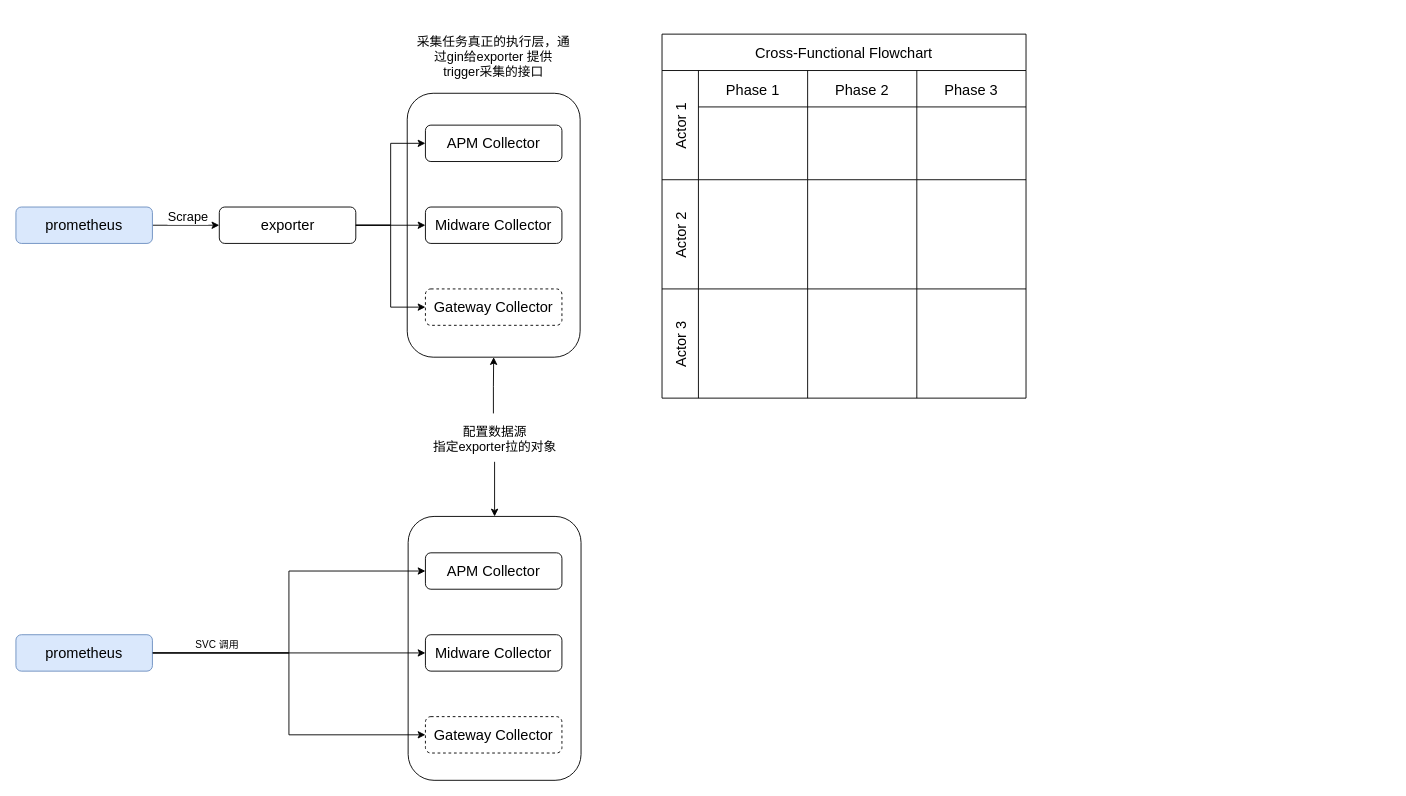
Before: page "Exporter采集逻辑" (4 of 4) of 数据采集架构图.drawio in Allen9797/WorkZone, a draw.io diagram. Source tidied: cells renumbered, new cells numbered last; positions are measured from the earlier drawing's top-left corner, leaving out a move shared by most shapes. Both pictures are drawn from the tidied source at 91%, with x=0, y=0 at pixel (15, 25).
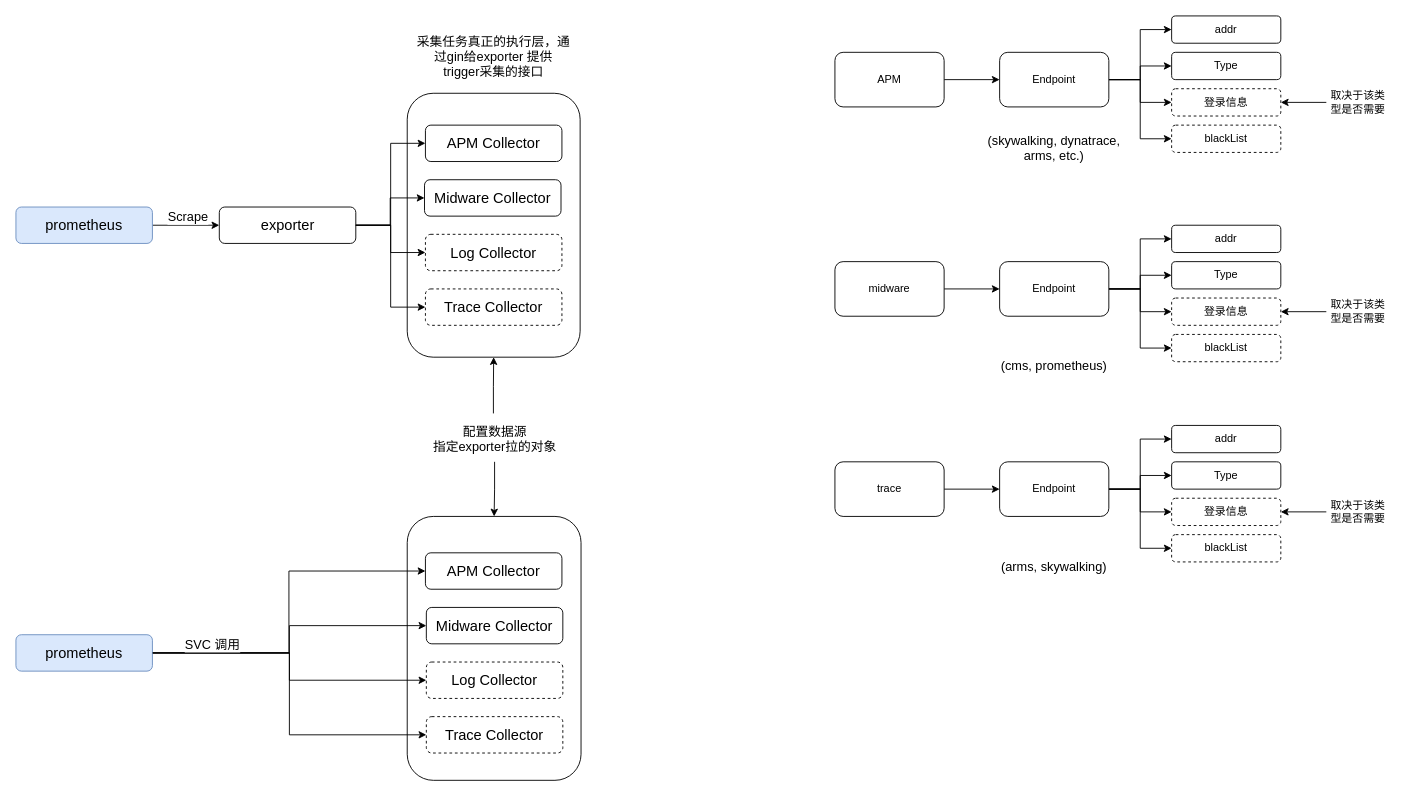
The same diagram, later.

Commit message (it also covers changes not shown here):
更新数据采集架构图.drawio

Unchanged cells that the change refers to:
```xml
<mxCell id="14" value="exporter" style="rounded=1;whiteSpace=wrap;html=1;labelPosition=center;verticalLabelPosition=middle;align=center;verticalAlign=middle;fillColor=none;fontSize=16;" parent="1" vertex="1">
  <mxGeometry x="223.5" y="200" width="150" height="40" as="geometry" />
</mxCell>
<mxCell id="21" value="prometheus" style="rounded=1;whiteSpace=wrap;html=1;labelPosition=center;verticalLabelPosition=middle;align=center;verticalAlign=middle;fillColor=#dae8fc;fontSize=16;strokeColor=#6c8ebf;" parent="1" vertex="1">
  <mxGeometry y="670" width="150" height="40" as="geometry" />
</mxCell>
<mxCell id="22" style="edgeStyle=orthogonalEdgeStyle;rounded=0;jettySize=auto;html=1;exitX=1;exitY=0.5;exitDx=0;exitDy=0;entryX=0;entryY=0.5;entryDx=0;entryDy=0;" parent="1" edge="1" source="21" target="19">
  <mxGeometry relative="1" as="geometry" />
</mxCell>
```

Diff of the diagram source:
```diff
@@
     <mxCell id="2" style="rounded=1;whiteSpace=wrap;html=1;fillColor=none;" parent="1" vertex="1">
-      <mxGeometry x="431" y="540" width="190" height="290" as="geometry" />
+      <mxGeometry x="430" y="540" width="191" height="290" as="geometry" />
     </mxCell>
@@
     <mxCell id="9" value="Midware Collector" style="rounded=1;whiteSpace=wrap;html=1;labelPosition=center;verticalLabelPosition=middle;align=center;verticalAlign=middle;fillColor=none;fontSize=16;" parent="1" vertex="1">
-      <mxGeometry x="450" y="200" width="150" height="40" as="geometry" />
+      <mxGeometry x="449" y="170" width="150" height="40" as="geometry" />
     </mxCell>
-    <mxCell id="10" value="Gateway Collector" style="rounded=1;whiteSpace=wrap;html=1;labelPosition=center;verticalLabelPosition=middle;align=center;verticalAlign=middle;fillColor=none;fontSize=16;dashed=1;" parent="1" vertex="1">
-      <mxGeometry x="450" y="290" width="150" height="40" as="geometry" />
+    <mxCell id="10" value="Log Collector" style="rounded=1;whiteSpace=wrap;html=1;labelPosition=center;verticalLabelPosition=middle;align=center;verticalAlign=middle;fillColor=none;fontSize=16;dashed=1;" parent="1" vertex="1">
+      <mxGeometry x="450" y="230" width="150" height="40" as="geometry" />
     </mxCell>
@@
+    <mxCell id="39" style="edgeStyle=orthogonalEdgeStyle;rounded=0;jettySize=auto;html=1;exitX=1;exitY=0.5;exitDx=0;exitDy=0;entryX=0;entryY=0.5;entryDx=0;entryDy=0;" parent="1" edge="1" source="14" target="41">
+      <mxGeometry relative="1" as="geometry" />
+    </mxCell>
@@
-    <mxCell id="17" style="edgeStyle=orthogonalEdgeStyle;rounded=0;jettySize=auto;html=1;entryX=0;entryY=0.5;entryDx=0;entryDy=0;exitX=1;exitY=0.5;exitDx=0;exitDy=0;" parent="1" edge="1" source="21" target="20">
+    <mxCell id="17" style="edgeStyle=orthogonalEdgeStyle;rounded=0;jettySize=auto;html=1;entryX=0;entryY=0.5;entryDx=0;entryDy=0;exitX=1;exitY=0.5;exitDx=0;exitDy=0;" parent="1" edge="1" source="21" target="43">
       <mxGeometry relative="1" as="geometry" />
     </mxCell>
@@
     <mxCell id="19" value="Midware Collector" style="rounded=1;whiteSpace=wrap;html=1;labelPosition=center;verticalLabelPosition=middle;align=center;verticalAlign=middle;fillColor=none;fontSize=16;" parent="1" vertex="1">
-      <mxGeometry x="450" y="670" width="150" height="40" as="geometry" />
+      <mxGeometry x="451" y="640" width="150" height="40" as="geometry" />
     </mxCell>
-    <mxCell id="20" value="Gateway Collector" style="rounded=1;whiteSpace=wrap;html=1;labelPosition=center;verticalLabelPosition=middle;align=center;verticalAlign=middle;fillColor=none;fontSize=16;dashed=1;" parent="1" vertex="1">
-      <mxGeometry x="450" y="760" width="150" height="40" as="geometry" />
-    </mxCell>
+    <mxCell id="40" style="edgeStyle=orthogonalEdgeStyle;rounded=0;jettySize=auto;html=1;exitX=1;exitY=0.5;exitDx=0;exitDy=0;entryX=0;entryY=0.5;entryDx=0;entryDy=0;" parent="1" edge="1" source="21" target="42">
+      <mxGeometry relative="1" as="geometry" />
+    </mxCell>
@@
-    <mxCell id="23" value="SVC 调用" style="edgeLabel;html=1;align=center;verticalAlign=middle;" parent="22" vertex="1">
+    <mxCell id="23" value="&lt;font style=&quot;font-size: 14px;&quot;&gt;SVC 调用&lt;/font&gt;" style="edgeLabel;html=1;align=center;verticalAlign=middle;" parent="22" vertex="1">
       <mxGeometry x="-0.63" relative="1" as="geometry">
-        <mxPoint x="14" y="-10" as="offset" />
+        <mxPoint x="4" y="-10" as="offset" />
       </mxGeometry>
     </mxCell>
@@
-    <mxCell id="26" value="Cross-Functional Flowchart" style="shape=table;childLayout=tableLayout;startSize=40;fontSize=16;" parent="1" vertex="1">
-      <mxGeometry x="710" y="10" width="400" height="400" as="geometry" />
-    </mxCell>
-    <mxCell id="27" value="Actor 1" style="shape=tableRow;horizontal=0;swimlaneHead=0;swimlaneBody=0;top=0;left=0;strokeColor=inherit;bottom=0;right=0;fontStyle=0;fillColor=none;startSize=40;fontSize=16;" parent="26" vertex="1">
-      <mxGeometry y="40" width="400" height="120" as="geometry" />
-    </mxCell>
-    <mxCell id="28" value="Phase 1" style="swimlane;swimlaneHead=0;swimlaneBody=0;fontStyle=0;strokeColor=inherit;fillColor=none;startSize=40;fontSize=16;" parent="27" vertex="1">
-      <mxGeometry x="40" width="120" height="120" as="geometry" />
-    </mxCell>
-    <mxCell id="29" value="Phase 2" style="swimlane;swimlaneHead=0;swimlaneBody=0;fontStyle=0;strokeColor=inherit;fillColor=none;startSize=40;fontSize=16;" parent="27" vertex="1">
-      <mxGeometry x="160" width="120" height="120" as="geometry" />
-    </mxCell>
-    <mxCell id="30" value="Phase 3" style="swimlane;swimlaneHead=0;swimlaneBody=0;fontStyle=0;strokeColor=inherit;fillColor=none;startSize=40;fontSize=16;" parent="27" vertex="1">
-      <mxGeometry x="280" width="120" height="120" as="geometry" />
-    </mxCell>
-    <mxCell id="31" value="Actor 2" style="shape=tableRow;horizontal=0;swimlaneHead=0;swimlaneBody=0;top=0;left=0;strokeColor=inherit;bottom=0;right=0;fontStyle=0;fillColor=none;startSize=40;fontSize=16;" parent="26" vertex="1">
-      <mxGeometry y="160" width="400" height="120" as="geometry" />
-    </mxCell>
-    <mxCell id="32" style="swimlane;swimlaneHead=0;swimlaneBody=0;fontStyle=0;strokeColor=inherit;fillColor=none;startSize=0;fontSize=16;" parent="31" vertex="1">
-      <mxGeometry x="40" width="120" height="120" as="geometry" />
-    </mxCell>
-    <mxCell id="33" style="swimlane;swimlaneHead=0;swimlaneBody=0;fontStyle=0;strokeColor=inherit;fillColor=none;startSize=0;fontSize=16;" parent="31" vertex="1">
-      <mxGeometry x="160" width="120" height="120" as="geometry" />
-    </mxCell>
-    <mxCell id="34" style="swimlane;swimlaneHead=0;swimlaneBody=0;fontStyle=0;strokeColor=inherit;fillColor=none;startSize=0;fontSize=16;" parent="31" vertex="1">
-      <mxGeometry x="280" width="120" height="120" as="geometry" />
-    </mxCell>
-    <mxCell id="35" value="Actor 3" style="shape=tableRow;horizontal=0;swimlaneHead=0;swimlaneBody=0;top=0;left=0;strokeColor=inherit;bottom=0;right=0;fontStyle=0;fillColor=none;startSize=40;fontSize=16;" parent="26" vertex="1">
-      <mxGeometry y="280" width="400" height="120" as="geometry" />
-    </mxCell>
-    <mxCell id="36" style="swimlane;swimlaneHead=0;swimlaneBody=0;fontStyle=0;strokeColor=inherit;fillColor=none;startSize=0;fontSize=16;" parent="35" vertex="1">
-      <mxGeometry x="40" width="120" height="120" as="geometry" />
-    </mxCell>
-    <mxCell id="37" style="swimlane;swimlaneHead=0;swimlaneBody=0;fontStyle=0;strokeColor=inherit;fillColor=none;startSize=0;fontSize=16;" parent="35" vertex="1">
-      <mxGeometry x="160" width="120" height="120" as="geometry" />
-    </mxCell>
-    <mxCell id="38" style="swimlane;swimlaneHead=0;swimlaneBody=0;fontStyle=0;strokeColor=inherit;fillColor=none;startSize=0;fontSize=16;" parent="35" vertex="1">
-      <mxGeometry x="280" width="120" height="120" as="geometry" />
-    </mxCell>
+    <mxCell id="41" value="Trace Collector" style="rounded=1;whiteSpace=wrap;html=1;labelPosition=center;verticalLabelPosition=middle;align=center;verticalAlign=middle;fillColor=none;fontSize=16;dashed=1;" parent="1" vertex="1">
+      <mxGeometry x="450" y="290" width="150" height="40" as="geometry" />
+    </mxCell>
+    <mxCell id="42" value="Log Collector" style="rounded=1;whiteSpace=wrap;html=1;labelPosition=center;verticalLabelPosition=middle;align=center;verticalAlign=middle;fillColor=none;fontSize=16;dashed=1;" parent="1" vertex="1">
+      <mxGeometry x="451" y="700" width="150" height="40" as="geometry" />
+    </mxCell>
+    <mxCell id="43" value="Trace Collector" style="rounded=1;whiteSpace=wrap;html=1;labelPosition=center;verticalLabelPosition=middle;align=center;verticalAlign=middle;fillColor=none;fontSize=16;dashed=1;" parent="1" vertex="1">
+      <mxGeometry x="451" y="760" width="150" height="40" as="geometry" />
+    </mxCell>
+    <mxCell id="44" style="edgeStyle=orthogonalEdgeStyle;rounded=0;jettySize=auto;html=1;exitX=1;exitY=0.5;exitDx=0;exitDy=0;entryX=0;entryY=0.5;entryDx=0;entryDy=0;" parent="1" edge="1" source="45" target="50">
+      <mxGeometry relative="1" as="geometry" />
+    </mxCell>
+    <mxCell id="45" value="APM" style="rounded=1;whiteSpace=wrap;html=1;" parent="1" vertex="1">
+      <mxGeometry x="900" y="30" width="120" height="60" as="geometry" />
+    </mxCell>
+    <mxCell id="46" style="edgeStyle=orthogonalEdgeStyle;rounded=0;jettySize=auto;html=1;exitX=1;exitY=0.5;exitDx=0;exitDy=0;entryX=0;entryY=0.5;entryDx=0;entryDy=0;" parent="1" edge="1" source="50" target="51">
+      <mxGeometry relative="1" as="geometry" />
+    </mxCell>
+    <mxCell id="47" style="edgeStyle=orthogonalEdgeStyle;rounded=0;jettySize=auto;html=1;exitX=1;exitY=0.5;exitDx=0;exitDy=0;entryX=0;entryY=0.5;entryDx=0;entryDy=0;" parent="1" edge="1" source="50" target="52">
+      <mxGeometry relative="1" as="geometry" />
+    </mxCell>
+    <mxCell id="48" style="edgeStyle=orthogonalEdgeStyle;rounded=0;jettySize=auto;html=1;exitX=1;exitY=0.5;exitDx=0;exitDy=0;entryX=0;entryY=0.5;entryDx=0;entryDy=0;" parent="1" edge="1" source="50" target="53">
+      <mxGeometry relative="1" as="geometry" />
+    </mxCell>
+    <mxCell id="49" style="edgeStyle=orthogonalEdgeStyle;rounded=0;jettySize=auto;html=1;exitX=1;exitY=0.5;exitDx=0;exitDy=0;entryX=0;entryY=0.5;entryDx=0;entryDy=0;" parent="1" edge="1" source="50" target="56">
+      <mxGeometry relative="1" as="geometry" />
+    </mxCell>
+    <mxCell id="50" value="Endpoint" style="rounded=1;whiteSpace=wrap;html=1;" parent="1" vertex="1">
+      <mxGeometry x="1081" y="30" width="120" height="60" as="geometry" />
+    </mxCell>
+    <mxCell id="51" value="addr" style="rounded=1;whiteSpace=wrap;html=1;" parent="1" vertex="1">
+      <mxGeometry x="1270" y="-10" width="120" height="30" as="geometry" />
+    </mxCell>
+    <mxCell id="52" value="Type" style="rounded=1;whiteSpace=wrap;html=1;" parent="1" vertex="1">
+      <mxGeometry x="1270" y="30" width="120" height="30" as="geometry" />
+    </mxCell>
+    <mxCell id="53" value="登录信息" style="rounded=1;whiteSpace=wrap;html=1;dashed=1;" parent="1" vertex="1">
+      <mxGeometry x="1270" y="70" width="120" height="30" as="geometry" />
+    </mxCell>
+    <mxCell id="54" style="edgeStyle=orthogonalEdgeStyle;rounded=0;jettySize=auto;html=1;exitX=0;exitY=0.5;exitDx=0;exitDy=0;entryX=1;entryY=0.5;entryDx=0;entryDy=0;" parent="1" edge="1" source="55" target="53">
+      <mxGeometry relative="1" as="geometry" />
+    </mxCell>
+    <mxCell id="55" value="取决于该类型是否需要" style="text;html=1;strokeColor=none;fillColor=none;align=center;verticalAlign=middle;whiteSpace=wrap;rounded=0;" parent="1" vertex="1">
+      <mxGeometry x="1440" y="70" width="70" height="30" as="geometry" />
+    </mxCell>
+    <mxCell id="56" value="blackList" style="rounded=1;whiteSpace=wrap;html=1;dashed=1;" parent="1" vertex="1">
+      <mxGeometry x="1270" y="110" width="120" height="30" as="geometry" />
+    </mxCell>
+    <mxCell id="57" style="edgeStyle=orthogonalEdgeStyle;rounded=0;jettySize=auto;html=1;exitX=1;exitY=0.5;exitDx=0;exitDy=0;entryX=0;entryY=0.5;entryDx=0;entryDy=0;" parent="1" edge="1" source="58" target="63">
+      <mxGeometry relative="1" as="geometry" />
+    </mxCell>
+    <mxCell id="58" value="midware" style="rounded=1;whiteSpace=wrap;html=1;" parent="1" vertex="1">
+      <mxGeometry x="900" y="260" width="120" height="60" as="geometry" />
+    </mxCell>
+    <mxCell id="59" style="edgeStyle=orthogonalEdgeStyle;rounded=0;jettySize=auto;html=1;exitX=1;exitY=0.5;exitDx=0;exitDy=0;entryX=0;entryY=0.5;entryDx=0;entryDy=0;" parent="1" edge="1" source="63" target="64">
+      <mxGeometry relative="1" as="geometry" />
+    </mxCell>
+    <mxCell id="60" style="edgeStyle=orthogonalEdgeStyle;rounded=0;jettySize=auto;html=1;exitX=1;exitY=0.5;exitDx=0;exitDy=0;entryX=0;entryY=0.5;entryDx=0;entryDy=0;" parent="1" edge="1" source="63" target="65">
+      <mxGeometry relative="1" as="geometry" />
+    </mxCell>
+    <mxCell id="61" style="edgeStyle=orthogonalEdgeStyle;rounded=0;jettySize=auto;html=1;exitX=1;exitY=0.5;exitDx=0;exitDy=0;entryX=0;entryY=0.5;entryDx=0;entryDy=0;" parent="1" edge="1" source="63" target="66">
+      <mxGeometry relative="1" as="geometry" />
+    </mxCell>
+    <mxCell id="62" style="edgeStyle=orthogonalEdgeStyle;rounded=0;jettySize=auto;html=1;exitX=1;exitY=0.5;exitDx=0;exitDy=0;entryX=0;entryY=0.5;entryDx=0;entryDy=0;" parent="1" edge="1" source="63" target="69">
+      <mxGeometry relative="1" as="geometry" />
+    </mxCell>
+    <mxCell id="63" value="Endpoint" style="rounded=1;whiteSpace=wrap;html=1;" parent="1" vertex="1">
+      <mxGeometry x="1081" y="260" width="120" height="60" as="geometry" />
+    </mxCell>
+    <mxCell id="64" value="addr" style="rounded=1;whiteSpace=wrap;html=1;" parent="1" vertex="1">
+      <mxGeometry x="1270" y="220" width="120" height="30" as="geometry" />
+    </mxCell>
+    <mxCell id="65" value="Type" style="rounded=1;whiteSpace=wrap;html=1;" parent="1" vertex="1">
+      <mxGeometry x="1270" y="260" width="120" height="30" as="geometry" />
+    </mxCell>
+    <mxCell id="66" value="登录信息" style="rounded=1;whiteSpace=wrap;html=1;dashed=1;" parent="1" vertex="1">
+      <mxGeometry x="1270" y="300" width="120" height="30" as="geometry" />
+    </mxCell>
+    <mxCell id="67" style="edgeStyle=orthogonalEdgeStyle;rounded=0;jettySize=auto;html=1;exitX=0;exitY=0.5;exitDx=0;exitDy=0;entryX=1;entryY=0.5;entryDx=0;entryDy=0;" parent="1" edge="1" source="68" target="66">
+      <mxGeometry relative="1" as="geometry" />
+    </mxCell>
+    <mxCell id="68" value="取决于该类型是否需要" style="text;html=1;strokeColor=none;fillColor=none;align=center;verticalAlign=middle;whiteSpace=wrap;rounded=0;" parent="1" vertex="1">
+      <mxGeometry x="1440" y="300" width="70" height="30" as="geometry" />
+    </mxCell>
+    <mxCell id="69" value="blackList" style="rounded=1;whiteSpace=wrap;html=1;dashed=1;" parent="1" vertex="1">
+      <mxGeometry x="1270" y="340" width="120" height="30" as="geometry" />
+    </mxCell>
+    <mxCell id="70" value="&lt;font style=&quot;font-size: 14px;&quot;&gt;(skywalking, dynatrace,&lt;br&gt;arms, etc.)&lt;/font&gt;" style="text;html=1;strokeColor=none;fillColor=none;align=center;verticalAlign=middle;whiteSpace=wrap;rounded=0;" parent="1" vertex="1">
+      <mxGeometry x="1056" y="100" width="170" height="70" as="geometry" />
+    </mxCell>
+    <mxCell id="71" value="&lt;font style=&quot;font-size: 14px;&quot;&gt;(cms, prometheus)&lt;/font&gt;" style="text;html=1;strokeColor=none;fillColor=none;align=center;verticalAlign=middle;whiteSpace=wrap;rounded=0;" parent="1" vertex="1">
+      <mxGeometry x="1056" y="340" width="170" height="70" as="geometry" />
+    </mxCell>
+    <mxCell id="72" style="edgeStyle=orthogonalEdgeStyle;rounded=0;jettySize=auto;html=1;exitX=1;exitY=0.5;exitDx=0;exitDy=0;entryX=0;entryY=0.5;entryDx=0;entryDy=0;" parent="1" edge="1" source="73" target="78">
+      <mxGeometry relative="1" as="geometry" />
+    </mxCell>
+    <mxCell id="73" value="trace" style="rounded=1;whiteSpace=wrap;html=1;" parent="1" vertex="1">
+      <mxGeometry x="900" y="480" width="120" height="60" as="geometry" />
+    </mxCell>
+    <mxCell id="74" style="edgeStyle=orthogonalEdgeStyle;rounded=0;jettySize=auto;html=1;exitX=1;exitY=0.5;exitDx=0;exitDy=0;entryX=0;entryY=0.5;entryDx=0;entryDy=0;" parent="1" edge="1" source="78" target="79">
+      <mxGeometry relative="1" as="geometry" />
+    </mxCell>
+    <mxCell id="75" style="edgeStyle=orthogonalEdgeStyle;rounded=0;jettySize=auto;html=1;exitX=1;exitY=0.5;exitDx=0;exitDy=0;entryX=0;entryY=0.5;entryDx=0;entryDy=0;" parent="1" edge="1" source="78" target="80">
+      <mxGeometry relative="1" as="geometry" />
+    </mxCell>
+    <mxCell id="76" style="edgeStyle=orthogonalEdgeStyle;rounded=0;jettySize=auto;html=1;exitX=1;exitY=0.5;exitDx=0;exitDy=0;entryX=0;entryY=0.5;entryDx=0;entryDy=0;" parent="1" edge="1" source="78" target="81">
+      <mxGeometry relative="1" as="geometry" />
+    </mxCell>
+    <mxCell id="77" style="edgeStyle=orthogonalEdgeStyle;rounded=0;jettySize=auto;html=1;exitX=1;exitY=0.5;exitDx=0;exitDy=0;entryX=0;entryY=0.5;entryDx=0;entryDy=0;" parent="1" edge="1" source="78" target="84">
+      <mxGeometry relative="1" as="geometry" />
+    </mxCell>
+    <mxCell id="78" value="Endpoint" style="rounded=1;whiteSpace=wrap;html=1;" parent="1" vertex="1">
+      <mxGeometry x="1081" y="480" width="120" height="60" as="geometry" />
+    </mxCell>
+    <mxCell id="79" value="addr" style="rounded=1;whiteSpace=wrap;html=1;" parent="1" vertex="1">
+      <mxGeometry x="1270" y="440" width="120" height="30" as="geometry" />
+    </mxCell>
+    <mxCell id="80" value="Type" style="rounded=1;whiteSpace=wrap;html=1;" parent="1" vertex="1">
+      <mxGeometry x="1270" y="480" width="120" height="30" as="geometry" />
+    </mxCell>
+    <mxCell id="81" value="登录信息" style="rounded=1;whiteSpace=wrap;html=1;dashed=1;" parent="1" vertex="1">
+      <mxGeometry x="1270" y="520" width="120" height="30" as="geometry" />
+    </mxCell>
+    <mxCell id="82" style="edgeStyle=orthogonalEdgeStyle;rounded=0;jettySize=auto;html=1;exitX=0;exitY=0.5;exitDx=0;exitDy=0;entryX=1;entryY=0.5;entryDx=0;entryDy=0;" parent="1" edge="1" source="83" target="81">
+      <mxGeometry relative="1" as="geometry" />
+    </mxCell>
+    <mxCell id="83" value="取决于该类型是否需要" style="text;html=1;strokeColor=none;fillColor=none;align=center;verticalAlign=middle;whiteSpace=wrap;rounded=0;" parent="1" vertex="1">
+      <mxGeometry x="1440" y="520" width="70" height="30" as="geometry" />
+    </mxCell>
+    <mxCell id="84" value="blackList" style="rounded=1;whiteSpace=wrap;html=1;dashed=1;" parent="1" vertex="1">
+      <mxGeometry x="1270" y="560" width="120" height="30" as="geometry" />
+    </mxCell>
+    <mxCell id="85" value="&lt;font style=&quot;font-size: 14px;&quot;&gt;(arms, skywalking)&lt;/font&gt;" style="text;html=1;strokeColor=none;fillColor=none;align=center;verticalAlign=middle;whiteSpace=wrap;rounded=0;" parent="1" vertex="1">
+      <mxGeometry x="1056" y="560" width="170" height="70" as="geometry" />
+    </mxCell>
```
